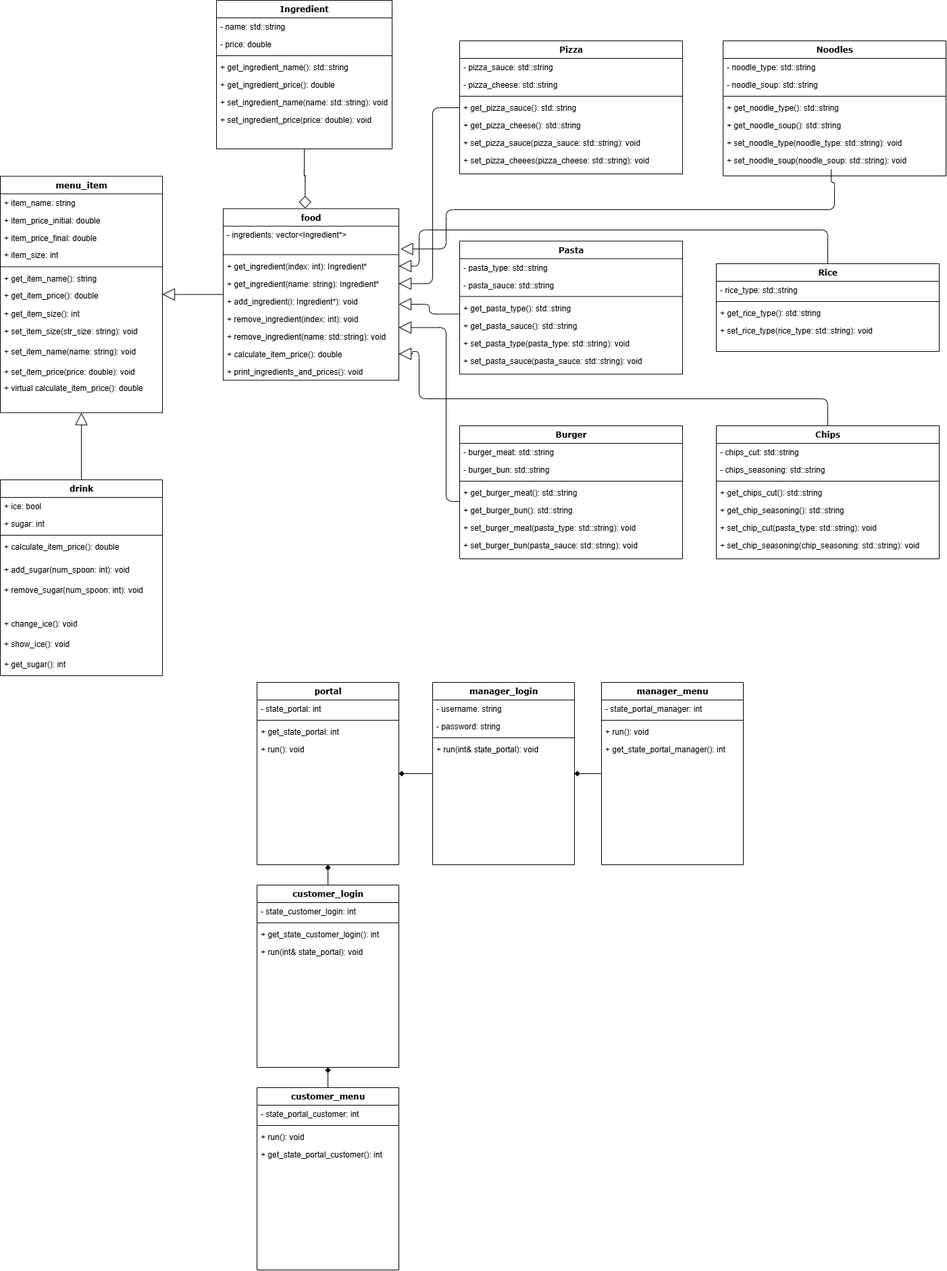
This is UML.png from SohamA12345/Project, a draw.io export, as it was before one commit. Source tidied: cells renumbered, new cells last; positions are measured from the earlier drawing's top-left corner, leaving out a move shared by most shapes.
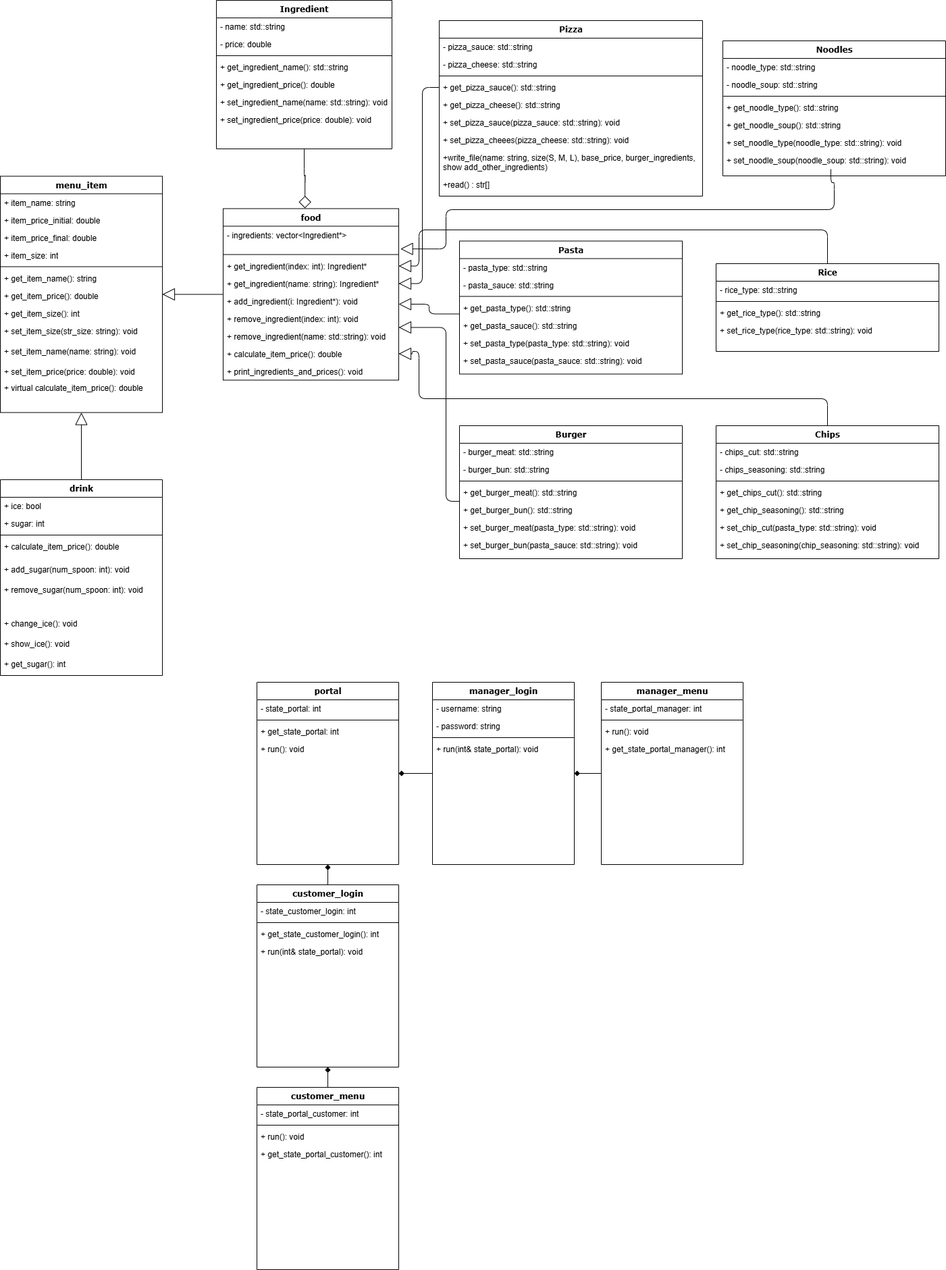
Above is the later version.

The edit, as a diff of the source:
```diff
@@ -254,29 +254,35 @@
       <mxGeometry y="164" width="330" height="26" as="geometry" />
     </mxCell>
     <mxCell id="84" value="Pizza" style="swimlane;html=1;fontStyle=1;align=center;verticalAlign=top;horizontal=1;startSize=26;swimlaneFillColor=#ffffff;rounded=0;shadow=0;comic=0;labelBackgroundColor=none;strokeWidth=1;fillColor=none;fontFamily=Verdana;fontSize=12;" parent="1" vertex="1">
-      <mxGeometry x="680" y="60" width="330" height="197" as="geometry" />
+      <mxGeometry x="650" y="30" width="390" height="260" as="geometry" />
     </mxCell>
     <mxCell id="85" value="- pizza_sauce: std::string" style="text;html=1;strokeColor=none;fillColor=none;align=left;verticalAlign=top;spacingLeft=4;spacingRight=4;whiteSpace=wrap;overflow=hidden;" parent="84" vertex="1">
-      <mxGeometry y="26" width="330" height="26" as="geometry" />
+      <mxGeometry y="26" width="390" height="26" as="geometry" />
     </mxCell>
     <mxCell id="86" value="- pizza_cheese: std::string" style="text;html=1;strokeColor=none;fillColor=none;align=left;verticalAlign=top;spacingLeft=4;spacingRight=4;whiteSpace=wrap;overflow=hidden;" parent="84" vertex="1">
-      <mxGeometry y="52" width="330" height="26" as="geometry" />
+      <mxGeometry y="52" width="390" height="26" as="geometry" />
     </mxCell>
     <mxCell id="87" style="line;html=1;strokeWidth=1;fillColor=none;align=left;verticalAlign=middle;spacingTop=-1;spacingLeft=3;spacingRight=3;labelPosition=right;" parent="84" vertex="1">
-      <mxGeometry y="78" width="330" height="8" as="geometry" />
+      <mxGeometry y="78" width="390" height="8" as="geometry" />
     </mxCell>
     <mxCell id="88" value="+ get_pizza_sauce(): std::string" style="text;html=1;strokeColor=none;fillColor=none;align=left;verticalAlign=top;spacingLeft=4;spacingRight=4;whiteSpace=wrap;overflow=hidden;points=[[0,0.5],[1,0.5]];portConstraint=eastwest;" parent="84" vertex="1">
-      <mxGeometry y="86" width="330" height="26" as="geometry" />
+      <mxGeometry y="86" width="390" height="26" as="geometry" />
     </mxCell>
     <mxCell id="89" value="+ get_pizza_cheese(): std::string" style="text;html=1;strokeColor=none;fillColor=none;align=left;verticalAlign=top;spacingLeft=4;spacingRight=4;whiteSpace=wrap;overflow=hidden;" parent="84" vertex="1">
-      <mxGeometry y="112" width="330" height="26" as="geometry" />
+      <mxGeometry y="112" width="390" height="26" as="geometry" />
     </mxCell>
     <mxCell id="90" value="+ set_pizza_sauce(pizza_sauce: std::string): void" style="text;html=1;strokeColor=none;fillColor=none;align=left;verticalAlign=top;spacingLeft=4;spacingRight=4;whiteSpace=wrap;overflow=hidden;" parent="84" vertex="1">
-      <mxGeometry y="138" width="330" height="26" as="geometry" />
+      <mxGeometry y="138" width="390" height="26" as="geometry" />
     </mxCell>
     <mxCell id="91" value="+ set_pizza_cheees(pizza_cheese: std::string): void" style="text;html=1;strokeColor=none;fillColor=none;align=left;verticalAlign=top;spacingLeft=4;spacingRight=4;whiteSpace=wrap;overflow=hidden;" parent="84" vertex="1">
-      <mxGeometry y="164" width="330" height="26" as="geometry" />
+      <mxGeometry y="164" width="390" height="26" as="geometry" />
     </mxCell>
+    <mxCell id="127" value="+write_file(name: string,&lt;span&gt;&lt;span dir=&quot;ltr&quot; class=&quot;ui-provider a b c d e f g h i j k l m n o p q r s t u v w x y z ab ac ae af ag ah ai aj ak&quot;&gt;&amp;nbsp;size(S, M, L), base_price, burger_ingredients, show add_other_ingredients&lt;/span&gt;&lt;/span&gt;)" style="text;html=1;strokeColor=none;fillColor=none;align=left;verticalAlign=top;spacingLeft=4;spacingRight=4;whiteSpace=wrap;overflow=hidden;" parent="84" vertex="1">
+      <mxGeometry y="190" width="390" height="40" as="geometry" />
+    </mxCell>
+    <mxCell id="128" value="+read() : str[]" style="text;html=1;strokeColor=none;fillColor=none;align=left;verticalAlign=top;spacingLeft=4;spacingRight=4;whiteSpace=wrap;overflow=hidden;" parent="84" vertex="1">
+      <mxGeometry y="230" width="390" height="26" as="geometry" />
+    </mxCell>
     <mxCell id="92" style="edgeStyle=orthogonalEdgeStyle;rounded=1;jettySize=auto;html=1;exitX=0;exitY=0.5;exitDx=0;exitDy=0;entryX=1;entryY=0.5;entryDx=0;entryDy=0;verticalAlign=middle;endArrow=block;endFill=0;curved=0;endSize=16;" parent="1" edge="1" source="88" target="20">
       <mxGeometry relative="1" as="geometry" />
     </mxCell>
```
